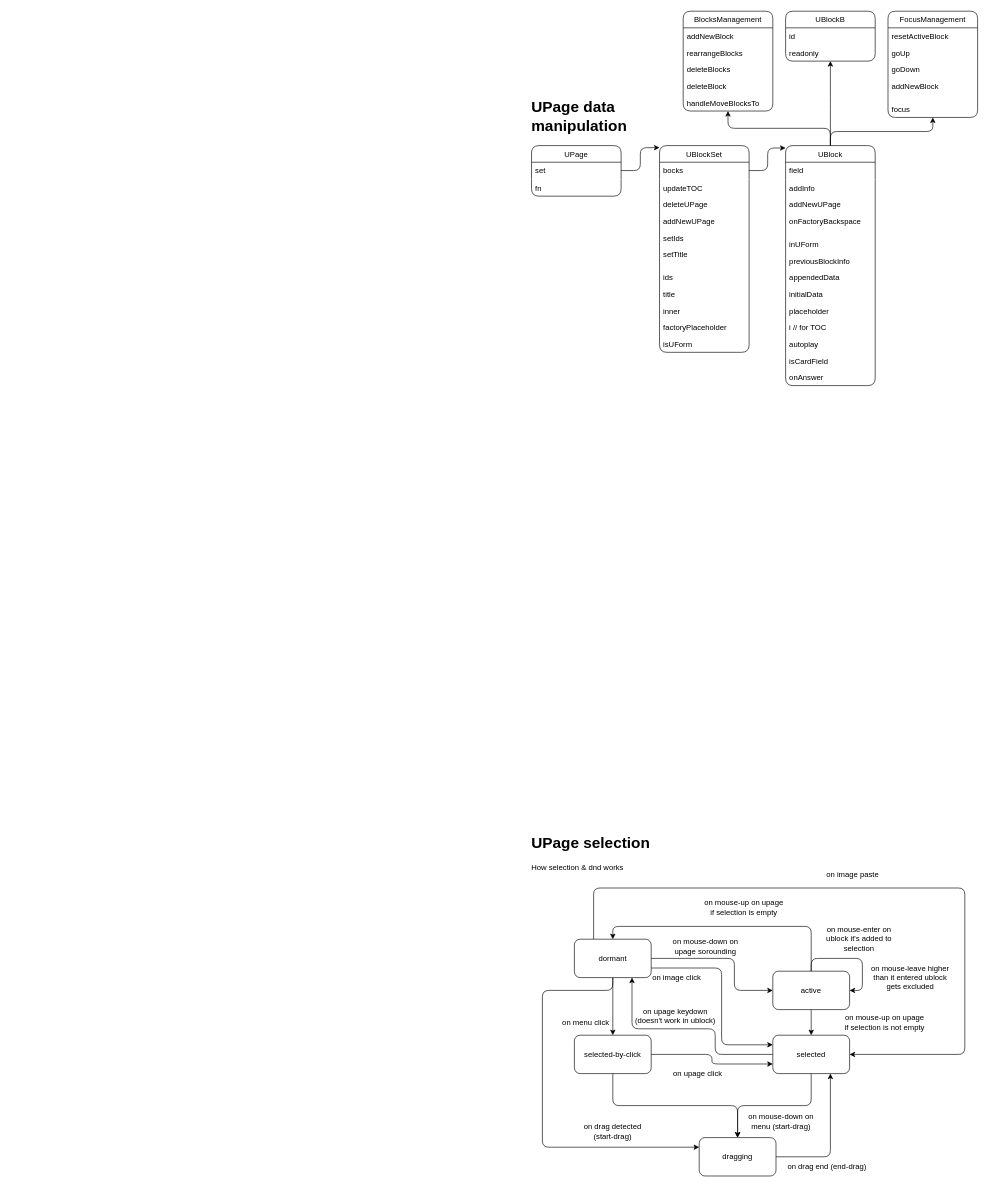
The draw.io diagram page "Page-1" (1 of 2) of doc.drawio in Zombobot1/bike2, before the edit. Source tidied: cells renumbered, new cells numbered last; positions are measured from the earlier drawing's top-left corner, leaving out a move shared by most shapes. Both pictures are drawn from the tidied source at 64%, with x=0, y=0 at pixel (528, 11).
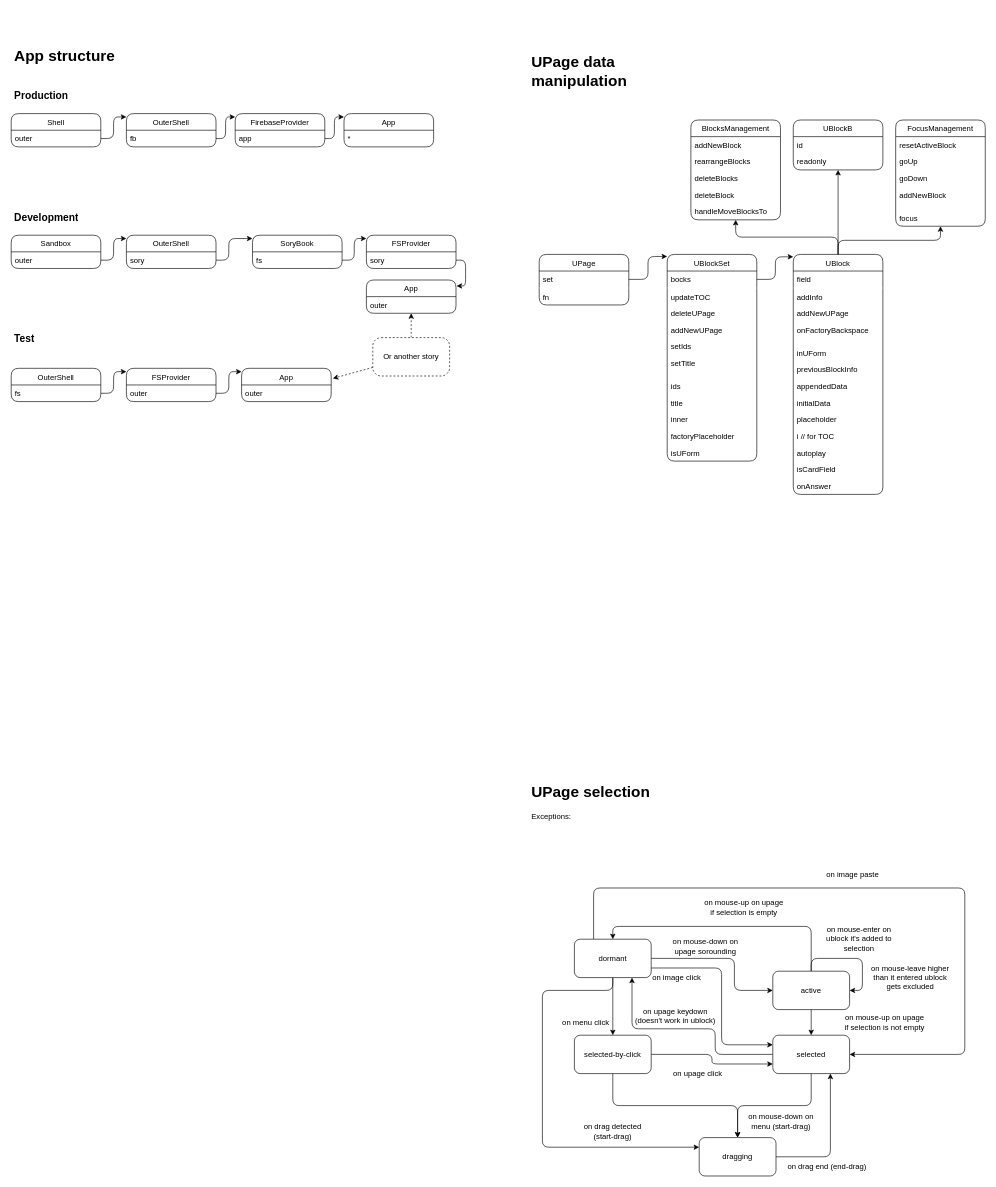
The same diagram, later.

The edit, as a diff of the source:
```diff
@@
-    <mxCell id="13" value="&lt;h1&gt;UPage selection&lt;/h1&gt;&lt;p&gt;How selection &amp;amp; dnd works&lt;/p&gt;" style="text;html=1;strokeColor=none;fillColor=none;spacing=5;spacingTop=-20;whiteSpace=wrap;overflow=hidden;rounded=0;" parent="1" vertex="1">
-      <mxGeometry y="1280" width="200" height="70" as="geometry" />
+    <mxCell id="13" value="&lt;h1&gt;UPage selection&lt;/h1&gt;&lt;p&gt;Exceptions:&lt;/p&gt;" style="text;html=1;strokeColor=none;fillColor=none;spacing=5;spacingTop=-20;whiteSpace=wrap;overflow=hidden;rounded=0;" parent="1" vertex="1">
+      <mxGeometry y="1200" width="200" height="110" as="geometry" />
     </mxCell>
@@
     <mxCell id="34" value="&lt;h1&gt;UPage data manipulation&lt;/h1&gt;" style="text;html=1;strokeColor=none;fillColor=none;spacing=5;spacingTop=-20;whiteSpace=wrap;overflow=hidden;rounded=0;" parent="1" vertex="1">
-      <mxGeometry y="130" width="200" height="70" as="geometry" />
+      <mxGeometry y="60" width="200" height="70" as="geometry" />
     </mxCell>
     <mxCell id="35" value="UPage" style="swimlane;fontStyle=0;horizontal=1;startSize=26;fillColor=none;rounded=1;" parent="1" vertex="1">
-      <mxGeometry x="5" y="210" width="140" height="79" as="geometry" />
+      <mxGeometry x="17" y="380" width="140" height="79" as="geometry" />
     </mxCell>
@@
     <mxCell id="39" value="UBlockSet" style="swimlane;fontStyle=0;horizontal=1;startSize=26;fillColor=none;rounded=1;points=[[0,0.1],[0,0.05],[0,0.01],[0.5,1],[0.5,0]];" parent="1" vertex="1">
-      <mxGeometry x="205" y="210" width="140" height="323" as="geometry" />
+      <mxGeometry x="217" y="380" width="140" height="323" as="geometry" />
     </mxCell>
@@
     <mxCell id="56" value="UBlock" style="swimlane;fontStyle=0;horizontal=1;startSize=26;fillColor=none;rounded=1;points=[[0,0.1],[0,0.05],[0,0.01],[0.5,1],[0.5,0]];" parent="1" vertex="1">
-      <mxGeometry x="402" y="210" width="140" height="375" as="geometry" />
+      <mxGeometry x="414" y="380" width="140" height="375" as="geometry" />
     </mxCell>
@@
     <mxCell id="74" value="UBlockB" style="swimlane;fontStyle=0;horizontal=1;startSize=26;fillColor=none;rounded=1;points=[[0,0.1],[0,0.05],[0,0.01],[0.5,1],[0.5,0]];" parent="1" vertex="1">
-      <mxGeometry x="402" width="140" height="78" as="geometry" />
+      <mxGeometry x="414" y="170" width="140" height="78" as="geometry" />
     </mxCell>
@@
     <mxCell id="77" value="BlocksManagement" style="swimlane;fontStyle=0;horizontal=1;startSize=26;fillColor=none;rounded=1;points=[[0,0.1],[0,0.05],[0,0.01],[0.5,1],[0.5,0]];" parent="1" vertex="1">
-      <mxGeometry x="242" width="140" height="156" as="geometry" />
+      <mxGeometry x="254" y="170" width="140" height="156" as="geometry" />
     </mxCell>
@@
     <mxCell id="83" value="FocusManagement" style="swimlane;fontStyle=0;horizontal=1;startSize=26;fillColor=none;rounded=1;points=[[0,0.1],[0,0.05],[0,0.01],[0.5,1],[0.5,0]];" parent="1" vertex="1">
-      <mxGeometry x="562" width="140" height="166" as="geometry" />
+      <mxGeometry x="574" y="170" width="140" height="166" as="geometry" />
     </mxCell>
@@
+    <mxCell id="90" value="&lt;h1&gt;App structure&lt;/h1&gt;" style="text;html=1;strokeColor=none;fillColor=none;spacing=5;spacingTop=-20;whiteSpace=wrap;overflow=hidden;rounded=0;" parent="1" vertex="1">
+      <mxGeometry x="-808" y="50" width="200" height="40" as="geometry" />
+    </mxCell>
+    <mxCell id="91" value="Shell" style="swimlane;fontStyle=0;horizontal=1;startSize=26;fillColor=none;rounded=1;" parent="1" vertex="1">
+      <mxGeometry x="-808" y="160" width="140" height="52" as="geometry" />
+    </mxCell>
+    <mxCell id="92" value="outer" style="text;strokeColor=none;fillColor=none;align=left;verticalAlign=top;spacingLeft=4;spacingRight=4;overflow=hidden;points=[[0,0.5],[1,0.5]];portConstraint=eastwest;rounded=1;" parent="91" vertex="1">
+      <mxGeometry y="26" width="140" height="26" as="geometry" />
+    </mxCell>
+    <mxCell id="93" value="OuterShell" style="swimlane;fontStyle=0;horizontal=1;startSize=26;fillColor=none;rounded=1;points=[[0,0.1],[0,0.05],[0,0.01],[0.5,1],[0.5,0]];" parent="1" vertex="1">
+      <mxGeometry x="-628" y="160" width="140" height="52" as="geometry" />
+    </mxCell>
+    <mxCell id="94" value="fb" style="text;strokeColor=none;fillColor=none;align=left;verticalAlign=top;spacingLeft=4;spacingRight=4;overflow=hidden;points=[[0,0.5],[1,0.5]];portConstraint=eastwest;rounded=1;" parent="93" vertex="1">
+      <mxGeometry y="26" width="140" height="26" as="geometry" />
+    </mxCell>
+    <mxCell id="95" style="edgeStyle=elbowEdgeStyle;html=1;entryX=0;entryY=0.1;entryDx=0;entryDy=0;" parent="1" edge="1" source="92" target="93">
+      <mxGeometry relative="1" as="geometry" />
+    </mxCell>
+    <mxCell id="96" value="App" style="swimlane;fontStyle=0;horizontal=1;startSize=26;fillColor=none;rounded=1;points=[[0,0.1],[0,0.05],[0,0.01],[0.5,1],[0.5,0]];" parent="1" vertex="1">
+      <mxGeometry x="-288" y="160" width="140" height="52" as="geometry" />
+    </mxCell>
+    <mxCell id="97" value="*" style="text;strokeColor=none;fillColor=none;align=left;verticalAlign=top;spacingLeft=4;spacingRight=4;overflow=hidden;rounded=1;" parent="96" vertex="1">
+      <mxGeometry y="26" width="140" height="26" as="geometry" />
+    </mxCell>
+    <mxCell id="98" value="&lt;h1&gt;&lt;font style=&quot;font-size: 16px&quot;&gt;Production&lt;/font&gt;&lt;/h1&gt;" style="text;html=1;strokeColor=none;fillColor=none;spacing=5;spacingTop=-20;whiteSpace=wrap;overflow=hidden;rounded=0;" parent="1" vertex="1">
+      <mxGeometry x="-808" y="110" width="200" height="40" as="geometry" />
+    </mxCell>
+    <mxCell id="99" value="Sandbox" style="swimlane;fontStyle=0;horizontal=1;startSize=26;fillColor=none;rounded=1;" parent="1" vertex="1">
+      <mxGeometry x="-808" y="350" width="140" height="52" as="geometry" />
+    </mxCell>
+    <mxCell id="100" value="outer" style="text;strokeColor=none;fillColor=none;align=left;verticalAlign=top;spacingLeft=4;spacingRight=4;overflow=hidden;points=[[0,0.5],[1,0.5]];portConstraint=eastwest;rounded=1;" parent="99" vertex="1">
+      <mxGeometry y="26" width="140" height="26" as="geometry" />
+    </mxCell>
+    <mxCell id="101" value="OuterShell" style="swimlane;fontStyle=0;horizontal=1;startSize=26;fillColor=none;rounded=1;points=[[0,0.1],[0,0.05],[0,0.01],[0.5,1],[0.5,0]];" parent="1" vertex="1">
+      <mxGeometry x="-628" y="350" width="140" height="52" as="geometry" />
+    </mxCell>
+    <mxCell id="102" value="sory" style="text;strokeColor=none;fillColor=none;align=left;verticalAlign=top;spacingLeft=4;spacingRight=4;overflow=hidden;points=[[0,0.5],[1,0.5]];portConstraint=eastwest;rounded=1;" parent="101" vertex="1">
+      <mxGeometry y="26" width="140" height="26" as="geometry" />
+    </mxCell>
+    <mxCell id="103" style="edgeStyle=elbowEdgeStyle;html=1;entryX=0;entryY=0.1;entryDx=0;entryDy=0;" parent="1" edge="1" source="100" target="101">
+      <mxGeometry relative="1" as="geometry" />
+    </mxCell>
+    <mxCell id="104" value="SoryBook" style="swimlane;fontStyle=0;horizontal=1;startSize=26;fillColor=none;rounded=1;points=[[0,0.1],[0,0.05],[0,0.01],[0.5,1],[0.5,0]];" parent="1" vertex="1">
+      <mxGeometry x="-431" y="350" width="140" height="52" as="geometry" />
+    </mxCell>
+    <mxCell id="105" value="fs" style="text;strokeColor=none;fillColor=none;align=left;verticalAlign=top;spacingLeft=4;spacingRight=4;overflow=hidden;points=[[0,0.5],[1,0.5]];portConstraint=eastwest;rounded=1;" parent="104" vertex="1">
+      <mxGeometry y="26" width="140" height="26" as="geometry" />
+    </mxCell>
+    <mxCell id="106" style="edgeStyle=elbowEdgeStyle;html=1;entryX=0;entryY=0.1;entryDx=0;entryDy=0;" parent="1" edge="1" source="102" target="104">
+      <mxGeometry relative="1" as="geometry">
+        <Array as="points">
+          <mxPoint x="-468" y="389" />
+        </Array>
+      </mxGeometry>
+    </mxCell>
+    <mxCell id="107" value="&lt;h1&gt;&lt;font style=&quot;font-size: 16px&quot;&gt;Development&lt;/font&gt;&lt;/h1&gt;" style="text;html=1;strokeColor=none;fillColor=none;spacing=5;spacingTop=-20;whiteSpace=wrap;overflow=hidden;rounded=0;" parent="1" vertex="1">
+      <mxGeometry x="-808" y="300" width="200" height="40" as="geometry" />
+    </mxCell>
+    <mxCell id="108" value="OuterShell" style="swimlane;fontStyle=0;horizontal=1;startSize=26;fillColor=none;rounded=1;" parent="1" vertex="1">
+      <mxGeometry x="-808" y="558" width="140" height="52" as="geometry" />
+    </mxCell>
+    <mxCell id="109" value="fs" style="text;strokeColor=none;fillColor=none;align=left;verticalAlign=top;spacingLeft=4;spacingRight=4;overflow=hidden;points=[[0,0.5],[1,0.5]];portConstraint=eastwest;rounded=1;" parent="108" vertex="1">
+      <mxGeometry y="26" width="140" height="26" as="geometry" />
+    </mxCell>
+    <mxCell id="110" value="FSProvider" style="swimlane;fontStyle=0;horizontal=1;startSize=26;fillColor=none;rounded=1;points=[[0,0.1],[0,0.05],[0,0.01],[0.5,1],[0.5,0]];" parent="1" vertex="1">
+      <mxGeometry x="-628" y="558" width="140" height="52" as="geometry" />
+    </mxCell>
+    <mxCell id="111" value="outer" style="text;strokeColor=none;fillColor=none;align=left;verticalAlign=top;spacingLeft=4;spacingRight=4;overflow=hidden;points=[[0,0.5],[1,0.5]];portConstraint=eastwest;rounded=1;" parent="110" vertex="1">
+      <mxGeometry y="26" width="140" height="26" as="geometry" />
+    </mxCell>
+    <mxCell id="112" style="edgeStyle=elbowEdgeStyle;html=1;entryX=0;entryY=0.1;entryDx=0;entryDy=0;" parent="1" edge="1" source="109" target="110">
+      <mxGeometry relative="1" as="geometry" />
+    </mxCell>
+    <mxCell id="113" value="App" style="swimlane;fontStyle=0;horizontal=1;startSize=26;fillColor=none;rounded=1;points=[[0,0.1],[0,0.05],[0,0.01],[0.5,1],[0.5,0]];" parent="1" vertex="1">
+      <mxGeometry x="-448" y="558" width="140" height="52" as="geometry" />
+    </mxCell>
+    <mxCell id="114" value="outer" style="text;strokeColor=none;fillColor=none;align=left;verticalAlign=top;spacingLeft=4;spacingRight=4;overflow=hidden;rounded=1;" parent="113" vertex="1">
+      <mxGeometry y="26" width="140" height="26" as="geometry" />
+    </mxCell>
+    <mxCell id="115" style="edgeStyle=elbowEdgeStyle;html=1;entryX=0;entryY=0.1;entryDx=0;entryDy=0;" parent="1" edge="1" source="111" target="113">
+      <mxGeometry relative="1" as="geometry" />
+    </mxCell>
+    <mxCell id="116" value="&lt;h1&gt;&lt;font style=&quot;font-size: 16px&quot;&gt;Test&lt;/font&gt;&lt;/h1&gt;" style="text;html=1;strokeColor=none;fillColor=none;spacing=5;spacingTop=-20;whiteSpace=wrap;overflow=hidden;rounded=0;" parent="1" vertex="1">
+      <mxGeometry x="-808" y="490" width="200" height="40" as="geometry" />
+    </mxCell>
+    <mxCell id="117" value="App" style="swimlane;fontStyle=0;horizontal=1;startSize=26;fillColor=none;rounded=1;points=[[0,0.1],[0,0.05],[0,0.01],[0.5,1],[0.5,0]];" parent="1" vertex="1">
+      <mxGeometry x="-253" y="420" width="140" height="52" as="geometry" />
+    </mxCell>
+    <mxCell id="118" value="outer" style="text;strokeColor=none;fillColor=none;align=left;verticalAlign=top;spacingLeft=4;spacingRight=4;overflow=hidden;rounded=1;" parent="117" vertex="1">
+      <mxGeometry y="26" width="140" height="26" as="geometry" />
+    </mxCell>
+    <mxCell id="119" style="html=1;dashed=1;exitX=0.5;exitY=1;exitDx=0;exitDy=0;entryX=0.5;entryY=1;entryDx=0;entryDy=0;" parent="1" edge="1" source="121" target="117">
+      <mxGeometry relative="1" as="geometry" />
+    </mxCell>
+    <mxCell id="120" style="html=1;entryX=1.018;entryY=0.304;entryDx=0;entryDy=0;entryPerimeter=0;dashed=1;" parent="1" edge="1" source="121" target="113">
+      <mxGeometry relative="1" as="geometry" />
+    </mxCell>
+    <mxCell id="121" value="Or another story" style="rounded=1;whiteSpace=wrap;html=1;arcSize=22;dashed=1;" parent="1" vertex="1">
+      <mxGeometry x="-243" y="510" width="120" height="60" as="geometry" />
+    </mxCell>
+    <mxCell id="122" value="FSProvider" style="swimlane;fontStyle=0;horizontal=1;startSize=26;fillColor=none;rounded=1;points=[[0,0.1],[0,0.05],[0,0.01],[0.5,1],[0.5,0]];" parent="1" vertex="1">
+      <mxGeometry x="-253" y="350" width="140" height="52" as="geometry" />
+    </mxCell>
+    <mxCell id="123" value="sory" style="text;strokeColor=none;fillColor=none;align=left;verticalAlign=top;spacingLeft=4;spacingRight=4;overflow=hidden;points=[[0,0.5],[1,0.5]];portConstraint=eastwest;rounded=1;" parent="122" vertex="1">
+      <mxGeometry y="26" width="140" height="26" as="geometry" />
+    </mxCell>
+    <mxCell id="124" style="edgeStyle=orthogonalEdgeStyle;html=1;entryX=0;entryY=0.1;entryDx=0;entryDy=0;exitX=1;exitY=0.5;exitDx=0;exitDy=0;" parent="1" edge="1" source="105" target="122">
+      <mxGeometry relative="1" as="geometry" />
+    </mxCell>
+    <mxCell id="125" value="FirebaseProvider" style="swimlane;fontStyle=0;horizontal=1;startSize=26;fillColor=none;rounded=1;points=[[0,0.1],[0,0.05],[0,0.01],[0.5,1],[0.5,0]];" parent="1" vertex="1">
+      <mxGeometry x="-458" y="160" width="140" height="52" as="geometry" />
+    </mxCell>
+    <mxCell id="126" value="app" style="text;strokeColor=none;fillColor=none;align=left;verticalAlign=top;spacingLeft=4;spacingRight=4;overflow=hidden;points=[[0,0.5],[1,0.5]];portConstraint=eastwest;rounded=1;" parent="125" vertex="1">
+      <mxGeometry y="26" width="140" height="26" as="geometry" />
+    </mxCell>
+    <mxCell id="127" style="edgeStyle=orthogonalEdgeStyle;html=1;entryX=0;entryY=0.1;entryDx=0;entryDy=0;" parent="1" edge="1" source="126" target="96">
+      <mxGeometry relative="1" as="geometry" />
+    </mxCell>
+    <mxCell id="128" style="edgeStyle=orthogonalEdgeStyle;html=1;entryX=0;entryY=0.1;entryDx=0;entryDy=0;" parent="1" edge="1" source="94" target="125">
+      <mxGeometry relative="1" as="geometry" />
+    </mxCell>
+    <mxCell id="129" style="edgeStyle=orthogonalEdgeStyle;html=1;entryX=1.006;entryY=0.179;entryDx=0;entryDy=0;exitX=1;exitY=0.5;exitDx=0;exitDy=0;entryPerimeter=0;" parent="1" edge="1" source="123" target="117">
+      <mxGeometry relative="1" as="geometry">
+        <Array as="points">
+          <mxPoint x="-98" y="389" />
+          <mxPoint x="-98" y="429" />
+          <mxPoint x="-112" y="429" />
+        </Array>
+      </mxGeometry>
+    </mxCell>
```
